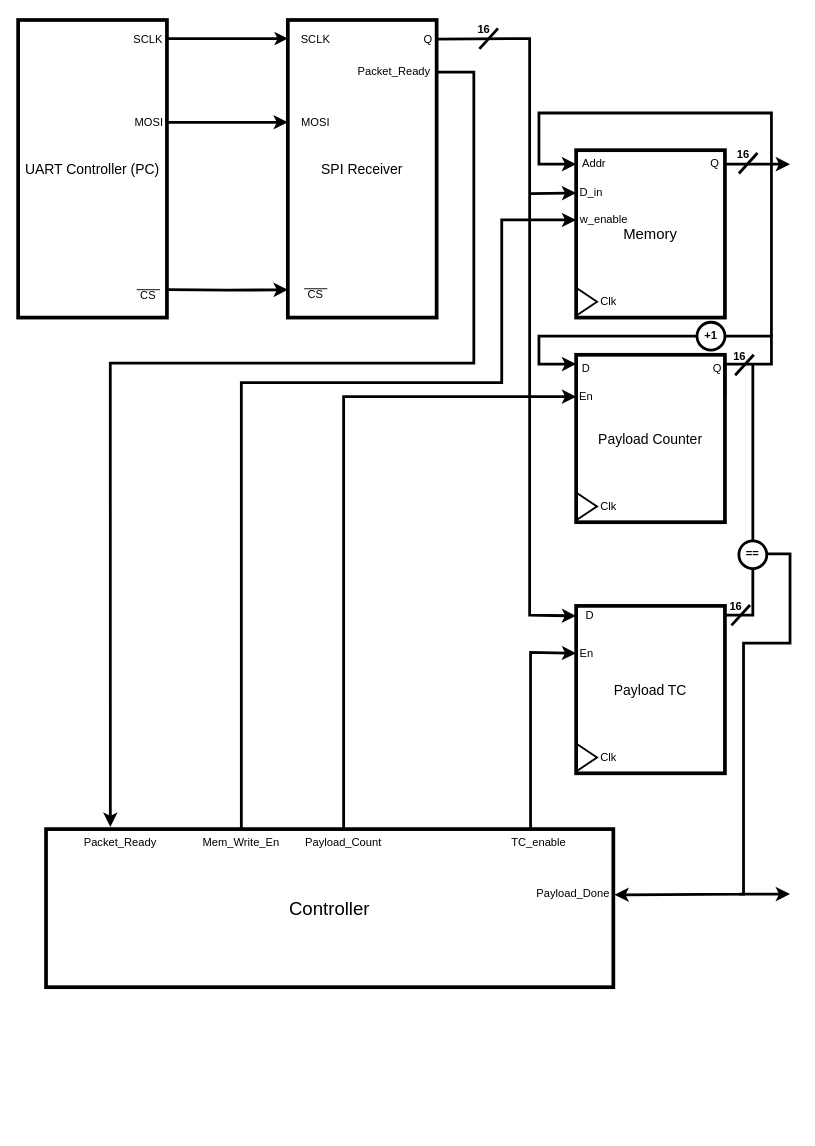
Before: page "Bootloader" (1 of 2) of docs/diagrams/XML_Files/RTL_diagrams.drawio in adityab7106/RiSC-16, a draw.io diagram. Source tidied: cells renumbered, new cells numbered last; positions are measured from the earlier drawing's top-left corner, leaving out a move shared by most shapes. Both pictures are drawn from the tidied source at 93%, with x=0, y=0 at pixel (18, 16).
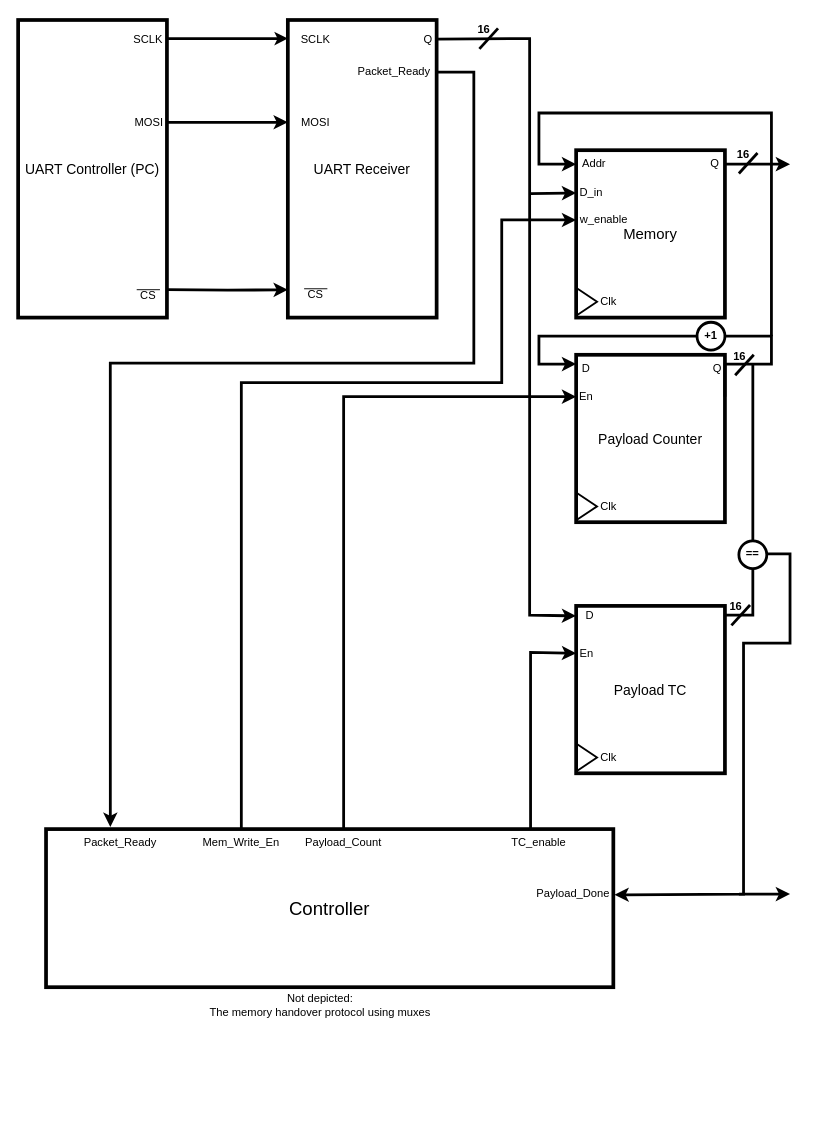
After the change.

Diff of the diagram source:
```diff
@@
-    <mxCell id="7" value="&lt;font style=&quot;font-size: 15px;&quot;&gt;SPI Receiver&lt;/font&gt;" style="rounded=0;whiteSpace=wrap;html=1;strokeWidth=4;" parent="1" vertex="1">
+    <mxCell id="7" value="&lt;font style=&quot;font-size: 15px;&quot;&gt;UART Receiver&lt;/font&gt;" style="rounded=0;whiteSpace=wrap;html=1;strokeWidth=4;" parent="1" vertex="1">
       <mxGeometry x="290" y="4" width="160" height="320" as="geometry" />
     </mxCell>
@@
+    <mxCell id="74" value="Not depicted:&lt;br&gt;The memory handover protocol using muxes" style="text;html=1;whiteSpace=wrap;strokeColor=none;fillColor=none;align=center;verticalAlign=middle;rounded=0;" parent="1" vertex="1">
+      <mxGeometry x="140" y="928" width="370" height="270" as="geometry" />
+    </mxCell>
```
